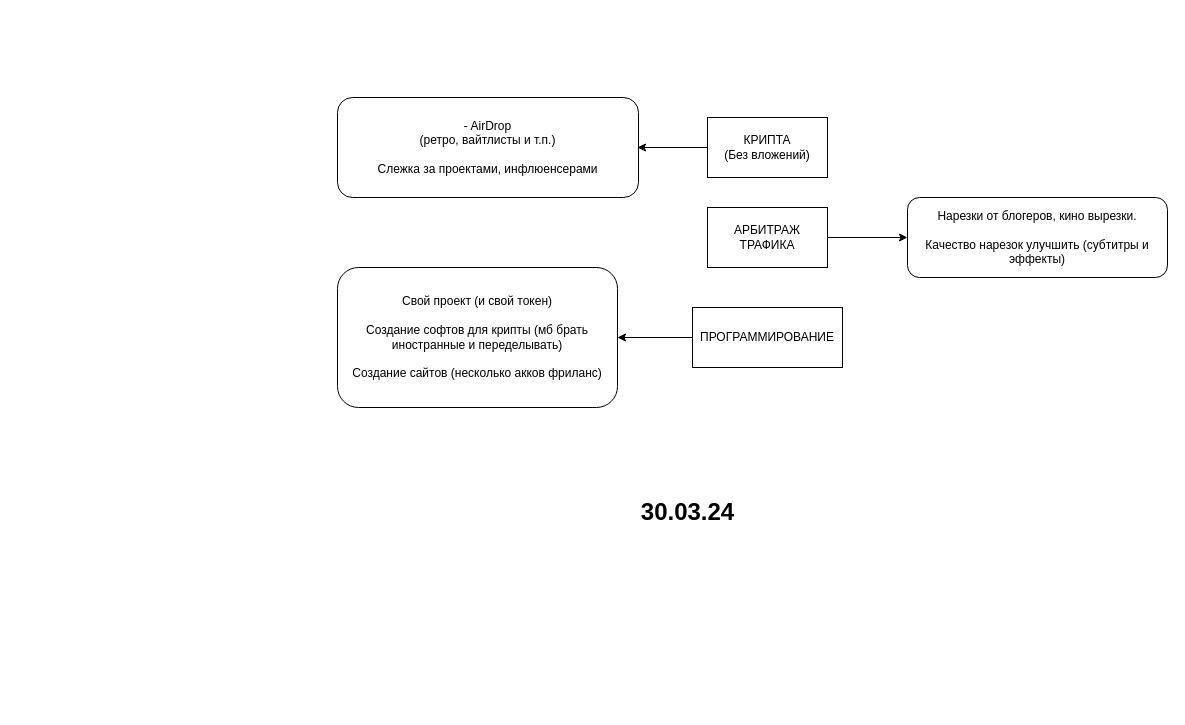
The draw.io diagram Диаграмма без названия.drawio in semVer4/save, before the edit. Source tidied: cells renumbered, new cells numbered last; positions are measured from the earlier drawing's top-left corner, leaving out a move shared by most shapes. Both pictures are drawn from the tidied source at 100%, with x=0, y=0 at pixel (337, 97).
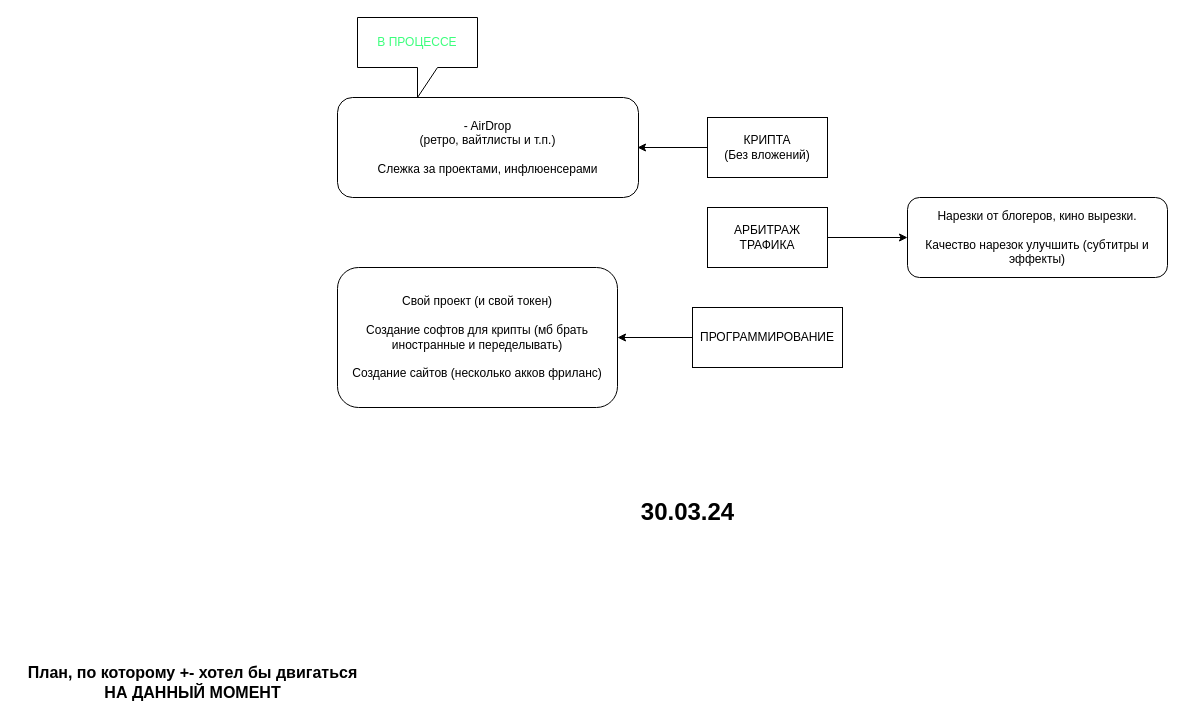
After the change.

Diff of the diagram source:
```diff
@@
 <mxGraphModel>
   <root>
     <mxCell id="0" />
     <mxCell id="1" parent="0" />
     <mxCell id="2" value="КРИПТА&lt;br&gt;(Без вложений)" style="rounded=0;whiteSpace=wrap;html=1;" parent="1" vertex="1">
       <mxGeometry x="370" y="20" width="120" height="60" as="geometry" />
     </mxCell>
     <mxCell id="3" value="АРБИТРАЖ&lt;br&gt;ТРАФИКА" style="rounded=0;whiteSpace=wrap;html=1;" parent="1" vertex="1">
       <mxGeometry x="370" y="110" width="120" height="60" as="geometry" />
     </mxCell>
     <mxCell id="4" value="ПРОГРАММИРОВАНИЕ" style="rounded=0;whiteSpace=wrap;html=1;" parent="1" vertex="1">
       <mxGeometry x="355" y="210" width="150" height="60" as="geometry" />
     </mxCell>
     <mxCell id="5" style="endArrow=classic;html=1;rounded=0;exitX=0;exitY=0.5;exitDx=0;exitDy=0;" parent="1" edge="1" source="2">
       <mxGeometry relative="1" as="geometry">
         <mxPoint x="300" y="50" as="targetPoint" />
       </mxGeometry>
     </mxCell>
     <mxCell id="6" value="- AirDrop &lt;br&gt;(ретро, вайтлисты и т.п.)&lt;br&gt;&lt;br&gt;Слежка за проектами, инфлюенсерами" style="rounded=1;whiteSpace=wrap;html=1;" parent="1" vertex="1">
       <mxGeometry width="301" height="100" as="geometry" />
     </mxCell>
     <mxCell id="7" style="endArrow=classic;html=1;rounded=0;exitX=1;exitY=0.5;exitDx=0;exitDy=0;" parent="1" edge="1" source="3">
       <mxGeometry relative="1" as="geometry">
         <mxPoint x="570" y="140" as="targetPoint" />
         <Array as="points">
           <mxPoint x="570" y="140" />
         </Array>
       </mxGeometry>
     </mxCell>
     <mxCell id="8" value="Нарезки от блогеров, кино вырезки.&lt;br&gt;&lt;br&gt;Качество нарезок улучшить (субтитры и эффекты)" style="rounded=1;whiteSpace=wrap;html=1;" parent="1" vertex="1">
       <mxGeometry x="570" y="100" width="260" height="80" as="geometry" />
     </mxCell>
     <mxCell id="9" style="endArrow=classic;html=1;rounded=0;exitX=0;exitY=0.5;exitDx=0;exitDy=0;" parent="1" edge="1" source="4">
       <mxGeometry relative="1" as="geometry">
         <mxPoint x="280" y="240" as="targetPoint" />
       </mxGeometry>
     </mxCell>
     <mxCell id="10" value="Свой проект (и свой токен)&lt;br&gt;&lt;br&gt;Создание софтов для крипты (мб брать иностранные и переделывать)&lt;br&gt;&lt;br&gt;Создание сайтов (несколько акков фриланс)" style="rounded=1;whiteSpace=wrap;html=1;" parent="1" vertex="1">
       <mxGeometry y="170" width="280" height="140" as="geometry" />
     </mxCell>
     <mxCell id="11" value="&lt;h1&gt;&lt;b&gt;30.03.24&lt;/b&gt;&lt;/h1&gt;" style="text;html=1;align=center;verticalAlign=middle;strokeColor=none;fillColor=none;" parent="1" vertex="1">
       <mxGeometry x="290" y="380" width="120" height="70" as="geometry" />
     </mxCell>
+    <mxCell id="12" value="&lt;font color=&quot;#3bff7c&quot;&gt;В ПРОЦЕССЕ&lt;/font&gt;" style="shape=callout;whiteSpace=wrap;html=1;perimeter=calloutPerimeter;" parent="1" vertex="1">
+      <mxGeometry x="20" y="-80" width="120" height="80" as="geometry" />
+    </mxCell>
+    <mxCell id="13" value="&lt;b&gt;&lt;font style=&quot;font-size: 16px;&quot;&gt;План, по которому +- хотел бы двигаться&lt;/font&gt;&lt;/b&gt;&lt;div&gt;&lt;b&gt;&lt;font style=&quot;font-size: 16px;&quot;&gt;НА ДАННЫЙ МОМЕНТ&lt;/font&gt;&lt;/b&gt;&lt;/div&gt;" style="text;html=1;align=center;verticalAlign=middle;strokeColor=none;fillColor=none;" parent="1" vertex="1">
+      <mxGeometry x="-320" y="560" width="350" height="50" as="geometry" />
+    </mxCell>
   </root>
 </mxGraphModel>
```
